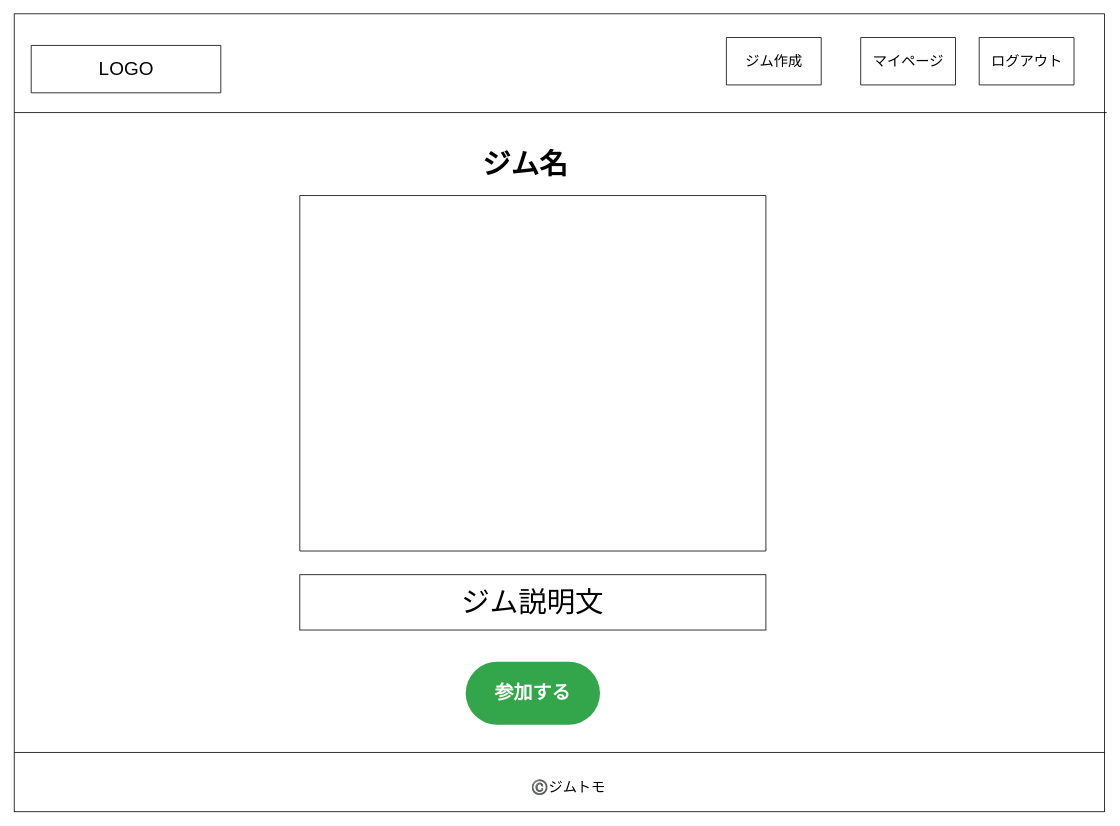
74905/kintore_app keeps this draw.io diagram as page "ジム詳細" (7 of 10) of 名称未設定ファイル.drawio. Above is the earlier version. Source tidied: cells renumbered, new cells numbered last; positions are measured from the earlier drawing's top-left corner, leaving out a move shared by most shapes. Both pictures are drawn from the tidied source at 79%, with x=0, y=0 at pixel (13, 13).
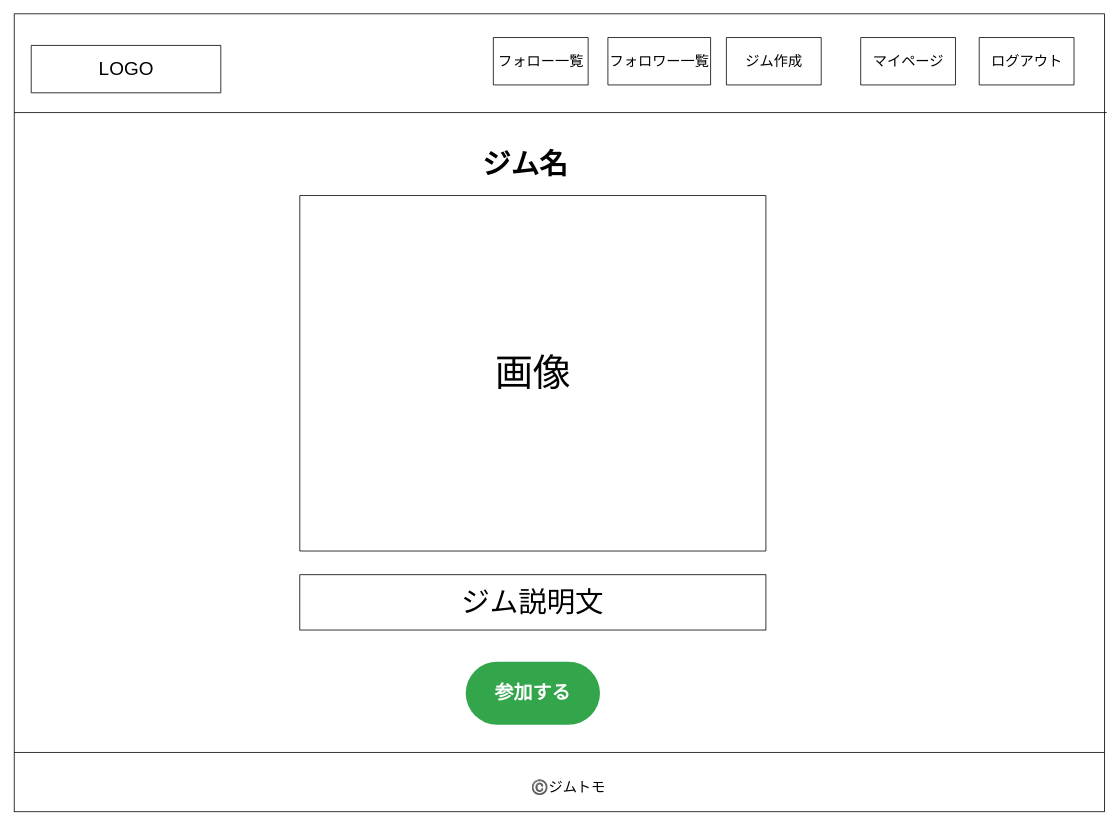
After the change.

What changed in the source:
```diff
@@
 <mxGraphModel>
   <root>
     <mxCell id="0" />
     <mxCell id="1" parent="0" />
     <mxCell id="2" style="rounded=0;whiteSpace=wrap;html=1;fillColor=none;" parent="1" vertex="1">
       <mxGeometry x="0.5" width="1380" height="1010" as="geometry" />
     </mxCell>
     <mxCell id="3" style="line;strokeWidth=1;dashed=0;labelPosition=right;align=left;verticalAlign=middle;spacingTop=0;spacingLeft=6;fillColor=none;" parent="1" vertex="1">
       <mxGeometry x="0.5" y="930" width="1380" height="10" as="geometry" />
     </mxCell>
     <mxCell id="4" value="&lt;font style=&quot;font-size: 18px&quot;&gt;©️ジムトモ&lt;/font&gt;" style="text;html=1;strokeColor=none;fillColor=none;align=center;verticalAlign=middle;whiteSpace=wrap;rounded=0;" parent="1" vertex="1">
       <mxGeometry x="642" y="970" width="120" height="20" as="geometry" />
     </mxCell>
     <mxCell id="5" style="line;strokeWidth=1;dashed=0;labelPosition=right;align=left;verticalAlign=middle;spacingTop=0;spacingLeft=6;fillColor=none;" parent="1" vertex="1">
       <mxGeometry x="0.5" y="120" width="1383" height="10" as="geometry" />
     </mxCell>
     <mxCell id="6" value="&lt;font style=&quot;font-size: 24px&quot;&gt;LOGO&lt;/font&gt;" style="verticalLabelPosition=middle;verticalAlign=middle;html=1;shape=mxgraph.basic.rect;fillColor2=none;strokeWidth=1;size=20;indent=5;align=center;labelPosition=center;" parent="1" vertex="1">
       <mxGeometry x="22" y="40" width="240" height="60" as="geometry" />
     </mxCell>
     <mxCell id="7" value="&lt;span style=&quot;font-size: 18px&quot;&gt;ジム作成&lt;/span&gt;" style="verticalLabelPosition=middle;verticalAlign=middle;html=1;shape=mxgraph.basic.rect;fillColor2=none;strokeWidth=1;size=20;indent=5;align=center;labelPosition=center;" parent="1" vertex="1">
       <mxGeometry x="902" y="30" width="120" height="60" as="geometry" />
     </mxCell>
     <mxCell id="8" value="&lt;span style=&quot;font-size: 18px&quot;&gt;マイページ&lt;/span&gt;" style="verticalLabelPosition=middle;verticalAlign=middle;html=1;shape=mxgraph.basic.rect;fillColor2=none;strokeWidth=1;size=20;indent=5;align=center;labelPosition=center;" parent="1" vertex="1">
       <mxGeometry x="1072" y="30" width="120" height="60" as="geometry" />
     </mxCell>
     <mxCell id="9" value="&lt;span style=&quot;font-size: 18px&quot;&gt;ログアウト&lt;br&gt;&lt;/span&gt;" style="verticalLabelPosition=middle;verticalAlign=middle;html=1;shape=mxgraph.basic.rect;fillColor2=none;strokeWidth=1;size=20;indent=5;align=center;labelPosition=center;" parent="1" vertex="1">
       <mxGeometry x="1222" y="30" width="120" height="60" as="geometry" />
     </mxCell>
-    <mxCell id="10" style="verticalLabelPosition=bottom;verticalAlign=top;html=1;shape=mxgraph.basic.rect;fillColor2=none;strokeWidth=1;size=20;indent=5;rounded=0;sketch=0;" parent="1" vertex="1">
+    <mxCell id="10" value="&lt;font style=&quot;font-size: 48px&quot;&gt;画像&lt;/font&gt;" style="verticalLabelPosition=middle;verticalAlign=middle;html=1;shape=mxgraph.basic.rect;fillColor2=none;strokeWidth=1;size=20;indent=5;rounded=0;sketch=0;labelPosition=center;align=center;" parent="1" vertex="1">
       <mxGeometry x="362" y="230" width="590" height="450" as="geometry" />
     </mxCell>
     <mxCell id="11" value="&lt;font style=&quot;font-size: 36px&quot;&gt;ジム名&lt;/font&gt;" style="text;strokeColor=none;fillColor=none;html=1;fontSize=24;fontStyle=1;verticalAlign=middle;align=center;rounded=0;sketch=0;" parent="1" vertex="1">
       <mxGeometry x="522" y="170" width="250" height="40" as="geometry" />
     </mxCell>
     <mxCell id="12" value="&lt;font style=&quot;font-size: 36px&quot;&gt;ジム説明文&lt;/font&gt;" style="rounded=0;whiteSpace=wrap;html=1;sketch=0;fillColor=none;" parent="1" vertex="1">
       <mxGeometry x="362" y="710" width="590" height="70" as="geometry" />
     </mxCell>
     <mxCell id="13" value="&lt;font style=&quot;font-size: 24px&quot;&gt;参加&lt;/font&gt;&lt;font style=&quot;font-size: 24px&quot;&gt;する&lt;/font&gt;" style="rounded=1;whiteSpace=wrap;html=1;arcSize=50;strokeColor=none;strokeWidth=1;fillColor=#33A64C;fontColor=#FFFFFF;whiteSpace=wrap;align=center;verticalAlign=middle;spacingLeft=0;fontStyle=1;fontSize=14;spacing=10;sketch=0;" parent="1" vertex="1">
       <mxGeometry x="572" y="820" width="170" height="80" as="geometry" />
     </mxCell>
+    <mxCell id="14" value="&lt;span style=&quot;font-size: 18px&quot;&gt;フォロワー一覧&lt;/span&gt;" style="verticalLabelPosition=middle;verticalAlign=middle;html=1;shape=mxgraph.basic.rect;fillColor2=none;strokeWidth=1;size=20;indent=5;align=center;labelPosition=center;" parent="1" vertex="1">
+      <mxGeometry x="752" y="30" width="130" height="60" as="geometry" />
+    </mxCell>
+    <mxCell id="15" value="&lt;span style=&quot;font-size: 18px&quot;&gt;フォロー一覧&lt;br&gt;&lt;/span&gt;" style="verticalLabelPosition=middle;verticalAlign=middle;html=1;shape=mxgraph.basic.rect;fillColor2=none;strokeWidth=1;size=20;indent=5;align=center;labelPosition=center;" parent="1" vertex="1">
+      <mxGeometry x="607" y="30" width="120" height="60" as="geometry" />
+    </mxCell>
   </root>
 </mxGraphModel>
```
